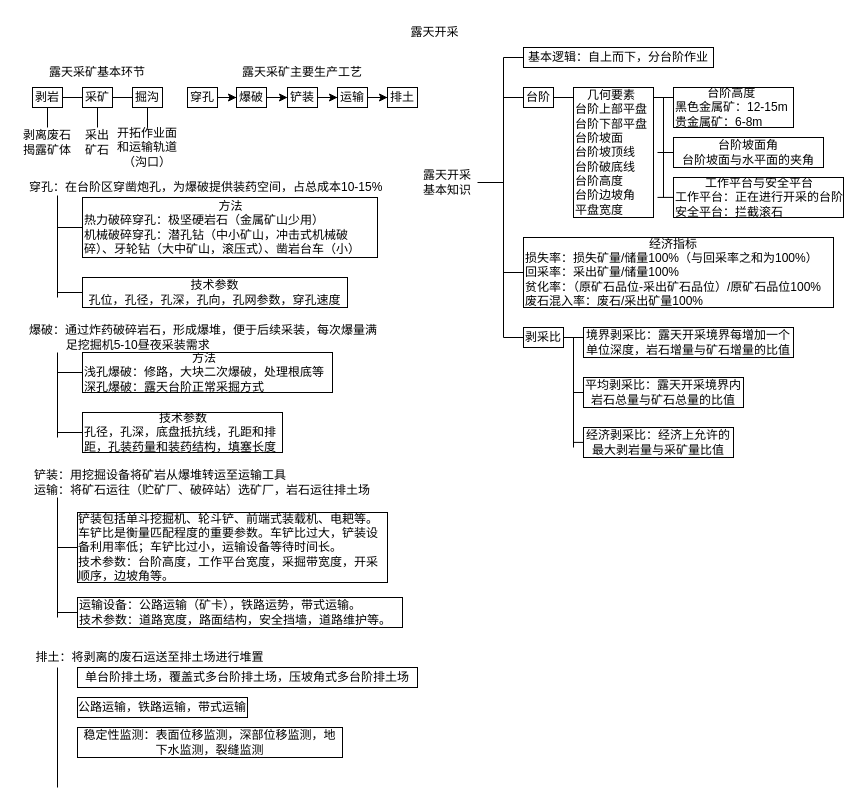
Earlier version of the draw.io diagram 未命名绘图.drawio (XS0612/daviddraw-drawio-diagrams). Source tidied: cells renumbered, new cells numbered last; positions are measured from the earlier drawing's top-left corner, leaving out a move shared by most shapes. Both pictures are drawn from the tidied source at 100%, with x=0, y=0 at pixel (17, 17).
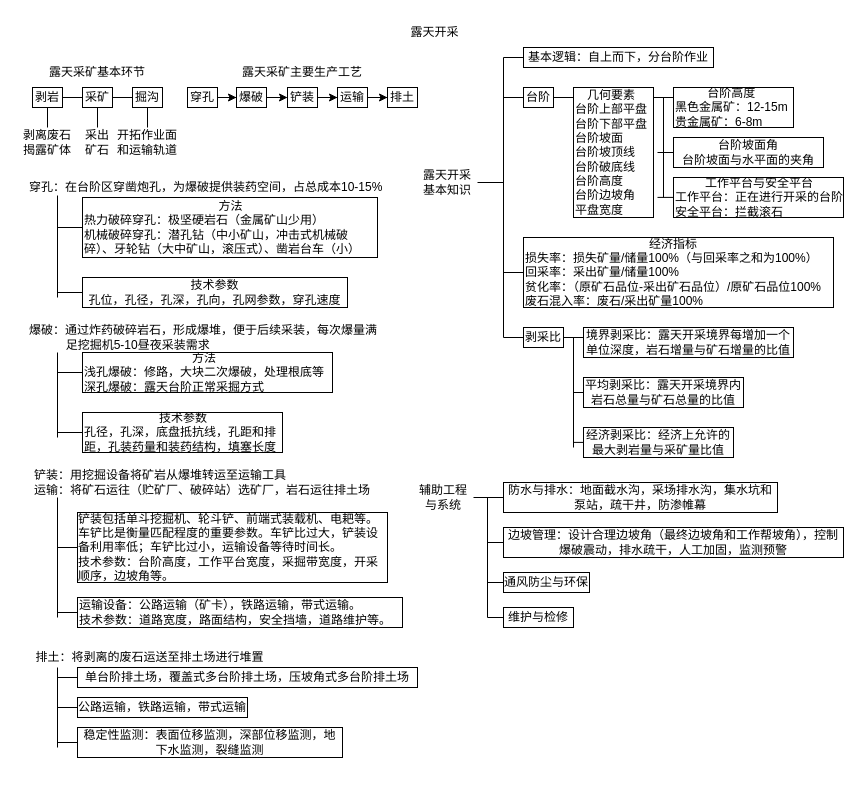
The same diagram, later.

Commit message:
更新未命名绘图.drawio

Unchanged cells that the change refers to:
```xml
<mxCell id="71" value="单台阶排土场，覆盖式多台阶排土场，压坡角式多台阶排土场" style="whiteSpace=wrap;html=1;align=center;" parent="1" vertex="1">
  <mxGeometry x="60" y="650" width="340" height="20" as="geometry" />
</mxCell>
<mxCell id="72" value="公路运输，铁路运输，带式运输" style="whiteSpace=wrap;html=1;" parent="1" vertex="1">
  <mxGeometry x="60" y="680" width="170" height="20" as="geometry" />
</mxCell>
<mxCell id="73" value="稳定性监测：表面位移监测，深部位移监测，地下水监测，裂缝监测" style="whiteSpace=wrap;html=1;" parent="1" vertex="1">
  <mxGeometry x="60" y="710" width="265" height="30" as="geometry" />
</mxCell>
```

Change to the diagram source:
```diff
@@
-    <mxCell id="28" value="开拓作业面和运输轨道（沟口）" style="text;html=1;whiteSpace=wrap;strokeColor=none;fillColor=none;align=center;verticalAlign=middle;rounded=0;" parent="1" vertex="1">
-      <mxGeometry x="95" y="110" width="70" height="40" as="geometry" />
+    <mxCell id="28" value="开拓作业面和运输轨道" style="text;html=1;whiteSpace=wrap;strokeColor=none;fillColor=none;align=center;verticalAlign=middle;rounded=0;" parent="1" vertex="1">
+      <mxGeometry x="95" y="110" width="70" height="30" as="geometry" />
     </mxCell>
@@
-    <mxCell id="67" value="运输设备：公路运输（矿卡），铁路运势，带式运输。&lt;div&gt;技术参数：道路宽度，路面结构，安全挡墙，道路维护等。&lt;/div&gt;" style="whiteSpace=wrap;html=1;align=left;" parent="1" vertex="1">
+    <mxCell id="67" value="运输设备：公路运输（矿卡），铁路运输，带式运输。&lt;div&gt;技术参数：道路宽度，路面结构，安全挡墙，道路维护等。&lt;/div&gt;" style="whiteSpace=wrap;html=1;align=left;" parent="1" vertex="1">
       <mxGeometry x="60" y="580" width="325" height="30" as="geometry" />
     </mxCell>
@@
     <mxCell id="74" style="endArrow=none;html=1;rounded=0;" parent="1" edge="1">
       <mxGeometry relative="1" as="geometry">
-        <mxPoint x="40" y="770" as="sourcePoint" />
+        <mxPoint x="40" y="730" as="sourcePoint" />
         <mxPoint x="40" y="650" as="targetPoint" />
       </mxGeometry>
     </mxCell>
+    <mxCell id="75" style="endArrow=none;html=1;rounded=0;entryX=0;entryY=0.5;entryDx=0;entryDy=0;" parent="1" edge="1" target="71">
+      <mxGeometry relative="1" as="geometry">
+        <mxPoint x="40" y="660" as="sourcePoint" />
+      </mxGeometry>
+    </mxCell>
+    <mxCell id="76" style="endArrow=none;html=1;rounded=0;entryX=0;entryY=0.5;entryDx=0;entryDy=0;" parent="1" edge="1" target="72">
+      <mxGeometry relative="1" as="geometry">
+        <mxPoint x="40" y="690" as="sourcePoint" />
+      </mxGeometry>
+    </mxCell>
+    <mxCell id="77" style="endArrow=none;html=1;rounded=0;entryX=0;entryY=0.5;entryDx=0;entryDy=0;" parent="1" edge="1" target="73">
+      <mxGeometry relative="1" as="geometry">
+        <mxPoint x="40" y="725" as="sourcePoint" />
+      </mxGeometry>
+    </mxCell>
+    <mxCell id="78" value="辅助工程与系统" style="text;html=1;whiteSpace=wrap;strokeColor=none;fillColor=none;align=center;verticalAlign=middle;rounded=0;" parent="1" vertex="1">
+      <mxGeometry x="396" y="465" width="60" height="30" as="geometry" />
+    </mxCell>
+    <mxCell id="79" value="防水与排水：地面截水沟，采场排水沟，集水坑和泵站，疏干井，防渗帷幕" style="whiteSpace=wrap;html=1;" parent="1" vertex="1">
+      <mxGeometry x="486" y="465" width="274" height="30" as="geometry" />
+    </mxCell>
+    <mxCell id="80" value="边坡管理：设计合理边坡角（最终边坡角和工作帮坡角），控制爆破震动，排水疏干，人工加固，监测预警" style="whiteSpace=wrap;html=1;" parent="1" vertex="1">
+      <mxGeometry x="486" y="510" width="340" height="30" as="geometry" />
+    </mxCell>
+    <mxCell id="81" style="endArrow=none;html=1;rounded=0;exitX=0;exitY=0.5;exitDx=0;exitDy=0;entryX=1;entryY=0.5;entryDx=0;entryDy=0;" parent="1" edge="1" source="79" target="78">
+      <mxGeometry relative="1" as="geometry" />
+    </mxCell>
+    <mxCell id="82" value="通风防尘与环保" style="whiteSpace=wrap;html=1;" parent="1" vertex="1">
+      <mxGeometry x="486" y="555" width="86" height="20" as="geometry" />
+    </mxCell>
+    <mxCell id="83" value="维护与检修" style="whiteSpace=wrap;html=1;" parent="1" vertex="1">
+      <mxGeometry x="486" y="590" width="70" height="20" as="geometry" />
+    </mxCell>
+    <mxCell id="84" style="endArrow=none;html=1;rounded=0;" parent="1" edge="1">
+      <mxGeometry relative="1" as="geometry">
+        <mxPoint x="470" y="600" as="sourcePoint" />
+        <mxPoint x="470" y="480" as="targetPoint" />
+      </mxGeometry>
+    </mxCell>
+    <mxCell id="85" style="endArrow=none;html=1;rounded=0;entryX=0;entryY=0.5;entryDx=0;entryDy=0;" parent="1" edge="1" target="80">
+      <mxGeometry relative="1" as="geometry">
+        <mxPoint x="470" y="525" as="sourcePoint" />
+      </mxGeometry>
+    </mxCell>
+    <mxCell id="86" style="endArrow=none;html=1;rounded=0;entryX=0;entryY=0.5;entryDx=0;entryDy=0;" parent="1" edge="1" target="82">
+      <mxGeometry relative="1" as="geometry">
+        <mxPoint x="470" y="565" as="sourcePoint" />
+      </mxGeometry>
+    </mxCell>
+    <mxCell id="87" style="endArrow=none;html=1;rounded=0;entryX=0;entryY=0.5;entryDx=0;entryDy=0;" parent="1" edge="1" target="83">
+      <mxGeometry relative="1" as="geometry">
+        <mxPoint x="470" y="600" as="sourcePoint" />
+      </mxGeometry>
+    </mxCell>
```
